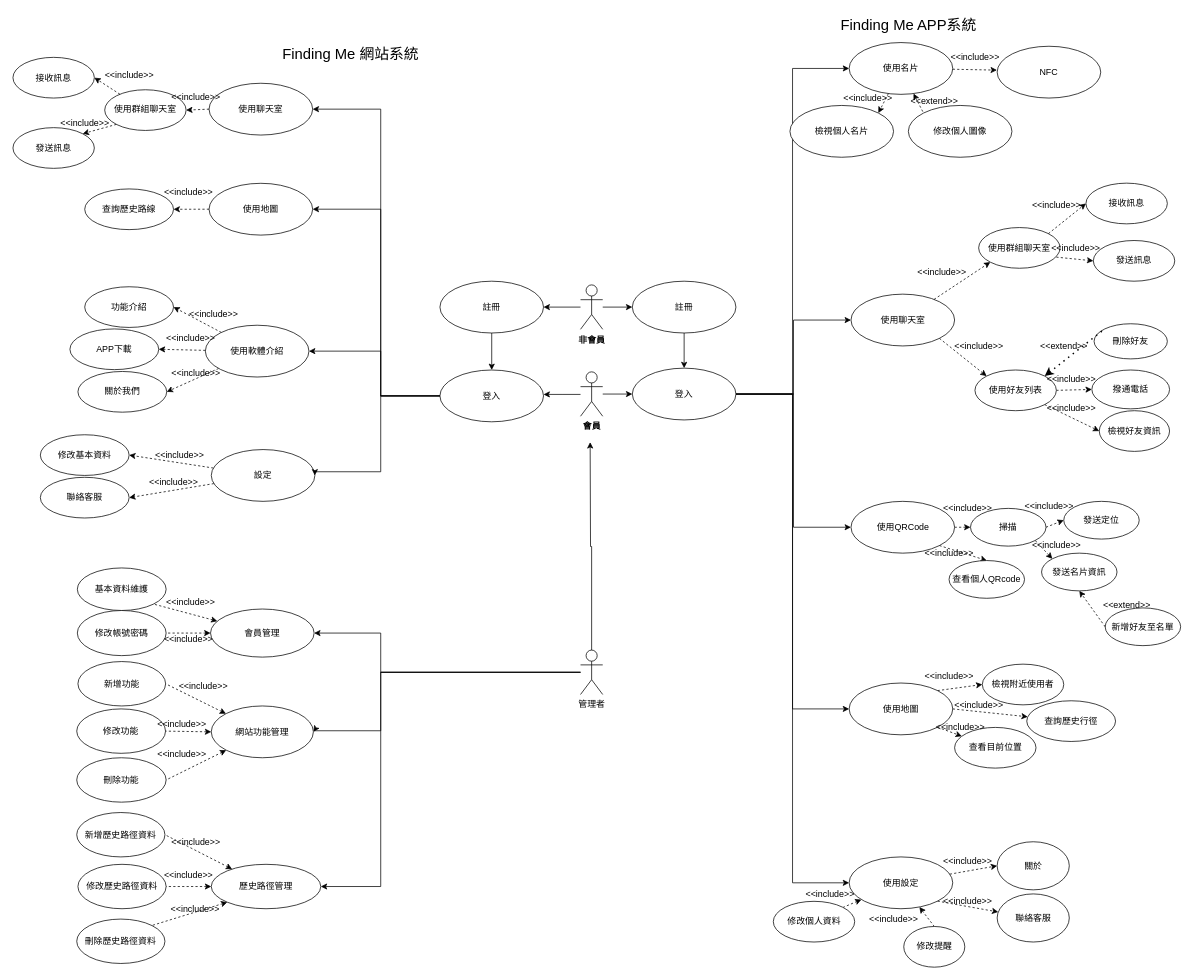
Before: page "使用個案圖" (1 of 4) of Untitled Diagram.drawio in may900620/codepanimg, a draw.io diagram. Source tidied: cells renumbered, new cells numbered last; positions are measured from the earlier drawing's top-left corner, leaving out a move shared by most shapes. Both pictures are drawn from the tidied source at 74%, with x=0, y=0 at pixel (13, 13).
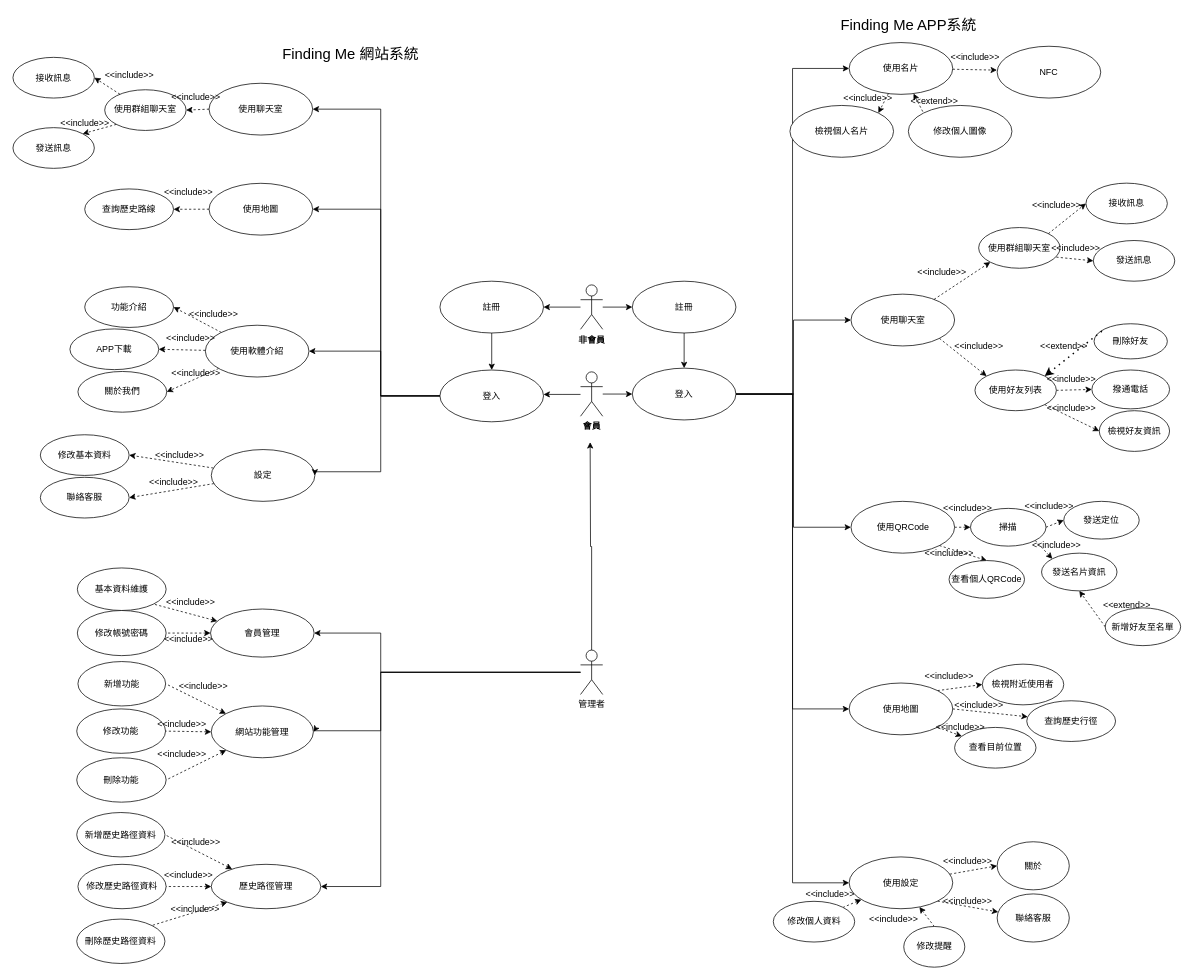
The same page after the edit.

What changed in the source:
```diff
@@
-    <mxCell id="126" value="查看個人QRcode" style="ellipse;whiteSpace=wrap;html=1;fillColor=default;strokeColor=default;fontColor=default;" parent="1" vertex="1">
+    <mxCell id="126" value="查看個人QRCode" style="ellipse;whiteSpace=wrap;html=1;fillColor=default;strokeColor=default;fontColor=default;" parent="1" vertex="1">
       <mxGeometry x="1265" y="740" width="102" height="51" as="geometry" />
     </mxCell>
```
